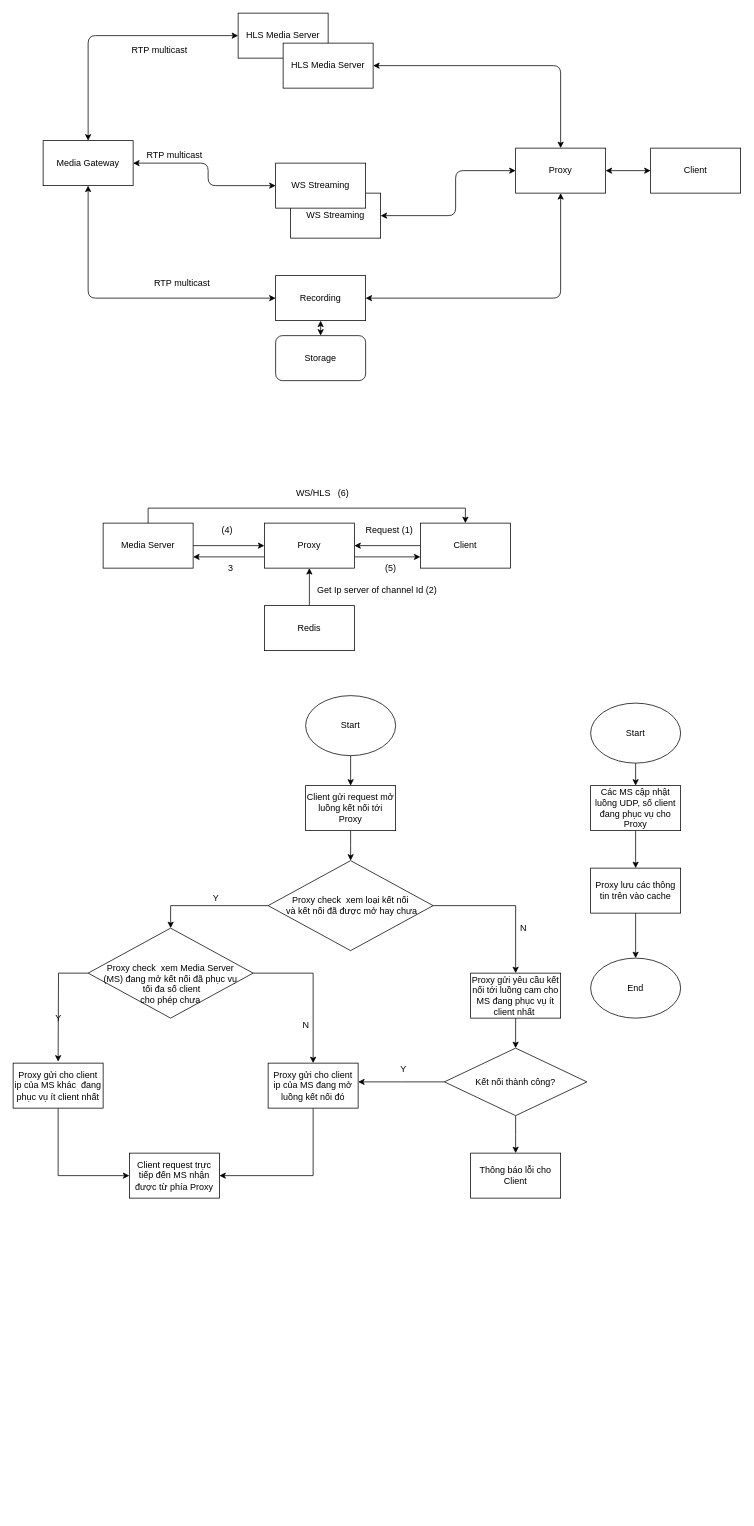
This is Untitled Diagram.drawio from Trananh95/ML_basic, a draw.io file, before an edit. Source tidied: cells renumbered, new cells numbered last; positions are measured from the earlier drawing's top-left corner, leaving out a move shared by most shapes. Both pictures are drawn from the tidied source at 75%, with x=0, y=0 at pixel (13, 13).
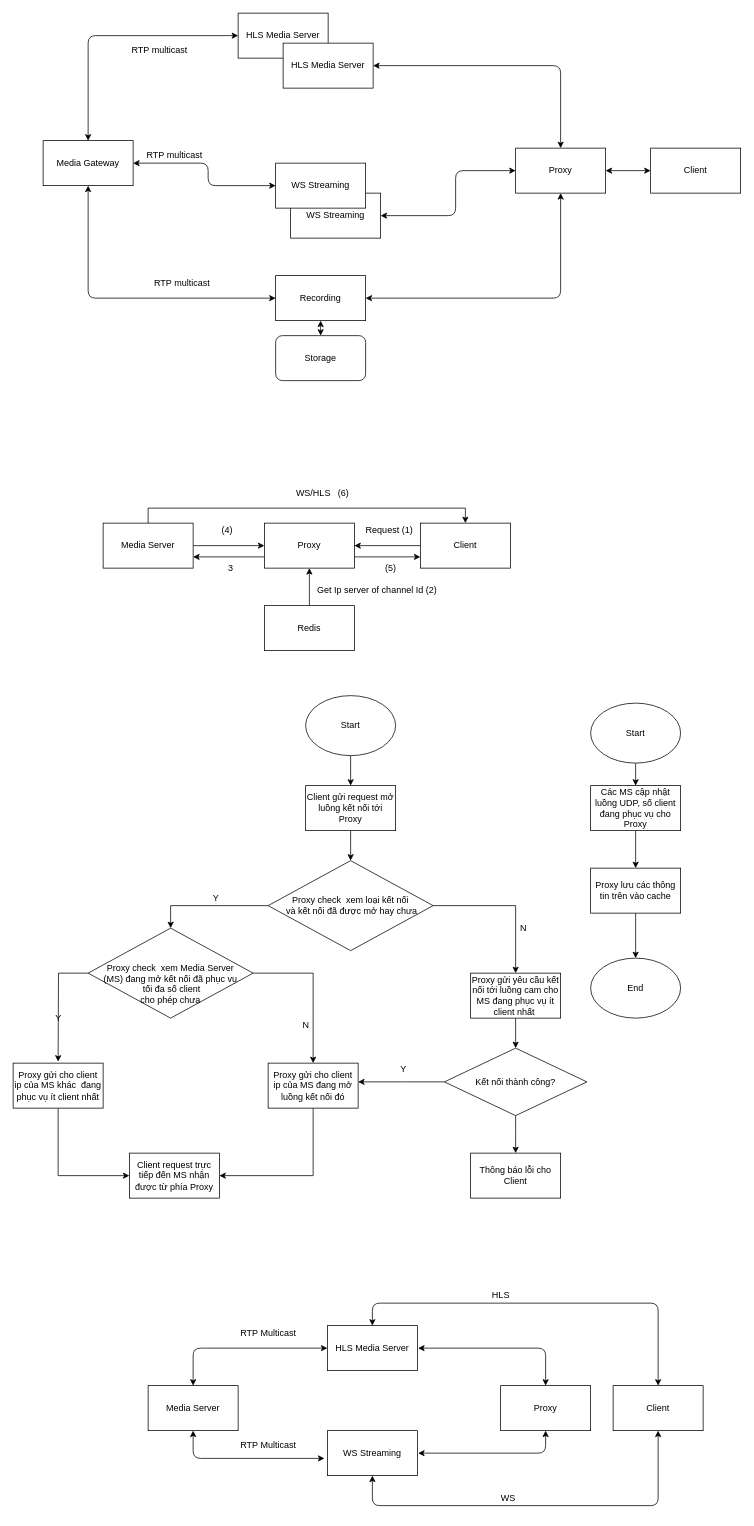
Above is the later version.

Change to the diagram source:
```diff
@@
+    <mxCell id="72" value="HLS Media Server" style="rounded=0;whiteSpace=wrap;html=1;" parent="1" vertex="1">
+      <mxGeometry x="419" y="1750" width="120" height="60" as="geometry" />
+    </mxCell>
+    <mxCell id="73" value="Media Server" style="rounded=0;whiteSpace=wrap;html=1;" parent="1" vertex="1">
+      <mxGeometry x="180" y="1830" width="120" height="60" as="geometry" />
+    </mxCell>
+    <mxCell id="74" value="&lt;span&gt;WS Streaming&lt;/span&gt;" style="rounded=0;whiteSpace=wrap;html=1;" parent="1" vertex="1">
+      <mxGeometry x="419" y="1890" width="120" height="60" as="geometry" />
+    </mxCell>
+    <mxCell id="75" value="Proxy" style="rounded=0;whiteSpace=wrap;html=1;" parent="1" vertex="1">
+      <mxGeometry x="650" y="1830" width="120" height="60" as="geometry" />
+    </mxCell>
+    <mxCell id="76" value="Client" style="rounded=0;whiteSpace=wrap;html=1;" parent="1" vertex="1">
+      <mxGeometry x="800" y="1830" width="120" height="60" as="geometry" />
+    </mxCell>
+    <mxCell id="77" style="endArrow=classic;startArrow=classic;html=1;exitX=0.5;exitY=0;exitDx=0;exitDy=0;entryX=0;entryY=0.5;entryDx=0;entryDy=0;" parent="1" edge="1" source="73" target="72">
+      <mxGeometry relative="1" as="geometry">
+        <Array as="points">
+          <mxPoint x="240" y="1780" />
+        </Array>
+      </mxGeometry>
+    </mxCell>
+    <mxCell id="78" style="endArrow=classic;startArrow=classic;html=1;exitX=0.5;exitY=1;exitDx=0;exitDy=0;entryX=-0.033;entryY=0.617;entryDx=0;entryDy=0;entryPerimeter=0;" parent="1" edge="1" source="73" target="74">
+      <mxGeometry relative="1" as="geometry">
+        <Array as="points">
+          <mxPoint x="240" y="1927" />
+        </Array>
+      </mxGeometry>
+    </mxCell>
+    <mxCell id="79" style="endArrow=classic;startArrow=classic;html=1;entryX=0.5;entryY=0;entryDx=0;entryDy=0;" parent="1" edge="1" target="75">
+      <mxGeometry relative="1" as="geometry">
+        <mxPoint x="540" y="1780" as="sourcePoint" />
+        <Array as="points">
+          <mxPoint x="710" y="1780" />
+        </Array>
+      </mxGeometry>
+    </mxCell>
+    <mxCell id="80" style="endArrow=classic;startArrow=classic;html=1;entryX=0.5;entryY=1;entryDx=0;entryDy=0;" parent="1" edge="1" target="75">
+      <mxGeometry relative="1" as="geometry">
+        <mxPoint x="540" y="1920" as="sourcePoint" />
+        <Array as="points">
+          <mxPoint x="710" y="1920" />
+        </Array>
+      </mxGeometry>
+    </mxCell>
+    <mxCell id="81" style="endArrow=classic;startArrow=classic;html=1;exitX=0.5;exitY=0;exitDx=0;exitDy=0;entryX=0.5;entryY=0;entryDx=0;entryDy=0;" parent="1" edge="1" source="72" target="76">
+      <mxGeometry relative="1" as="geometry">
+        <Array as="points">
+          <mxPoint x="479" y="1720" />
+          <mxPoint x="860" y="1720" />
+        </Array>
+      </mxGeometry>
+    </mxCell>
+    <mxCell id="82" style="endArrow=classic;startArrow=classic;html=1;exitX=0.5;exitY=1;exitDx=0;exitDy=0;entryX=0.5;entryY=1;entryDx=0;entryDy=0;" parent="1" edge="1" source="74" target="76">
+      <mxGeometry relative="1" as="geometry">
+        <Array as="points">
+          <mxPoint x="479" y="1990" />
+          <mxPoint x="860" y="1990" />
+        </Array>
+      </mxGeometry>
+    </mxCell>
+    <mxCell id="83" value="HLS" style="text;html=1;align=center;verticalAlign=middle;strokeColor=none;" parent="1" vertex="1">
+      <mxGeometry x="630" y="1700" width="40" height="20" as="geometry" />
+    </mxCell>
+    <mxCell id="84" value="WS" style="text;html=1;align=center;verticalAlign=middle;strokeColor=none;" parent="1" vertex="1">
+      <mxGeometry x="645" y="1970" width="30" height="20" as="geometry" />
+    </mxCell>
+    <mxCell id="85" value="RTP Multicast" style="text;html=1;align=center;verticalAlign=middle;strokeColor=none;" parent="1" vertex="1">
+      <mxGeometry x="295" y="1750" width="90" height="20" as="geometry" />
+    </mxCell>
+    <mxCell id="86" value="RTP Multicast" style="text;html=1;align=center;verticalAlign=middle;strokeColor=none;" parent="1" vertex="1">
+      <mxGeometry x="295" y="1900" width="90" height="20" as="geometry" />
+    </mxCell>
```
